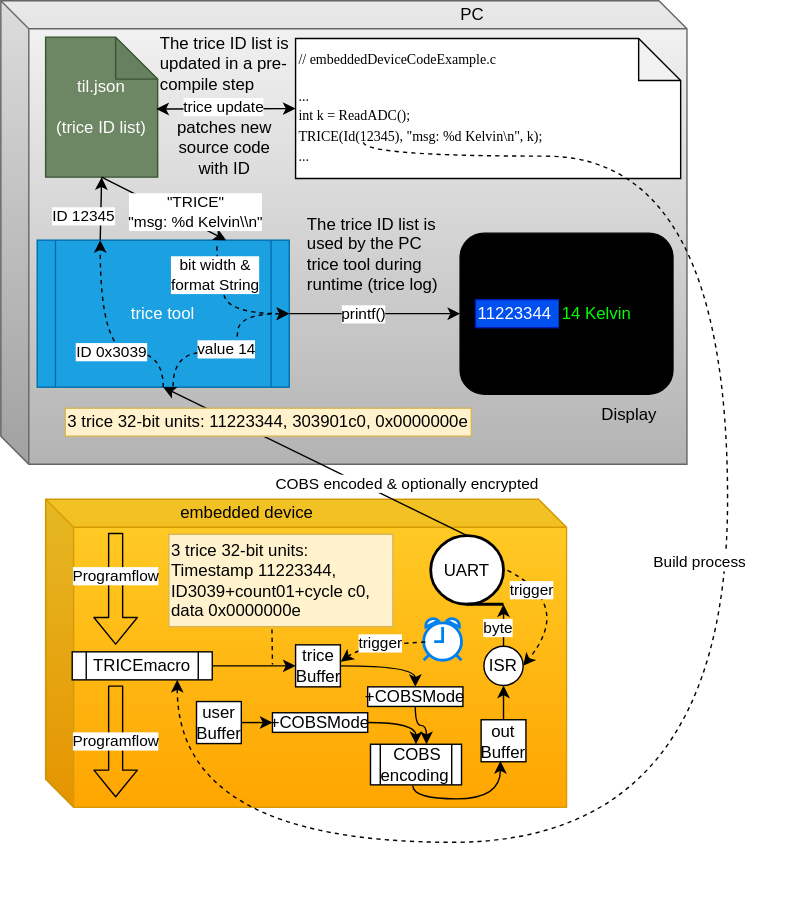
Earlier version of the draw.io export docs/README.media/triceCOBSBlockDiagram.svg (rokath/trice). Source tidied: cells renumbered, new cells last; positions are measured from the earlier drawing's top-left corner, leaving out a move shared by most shapes.
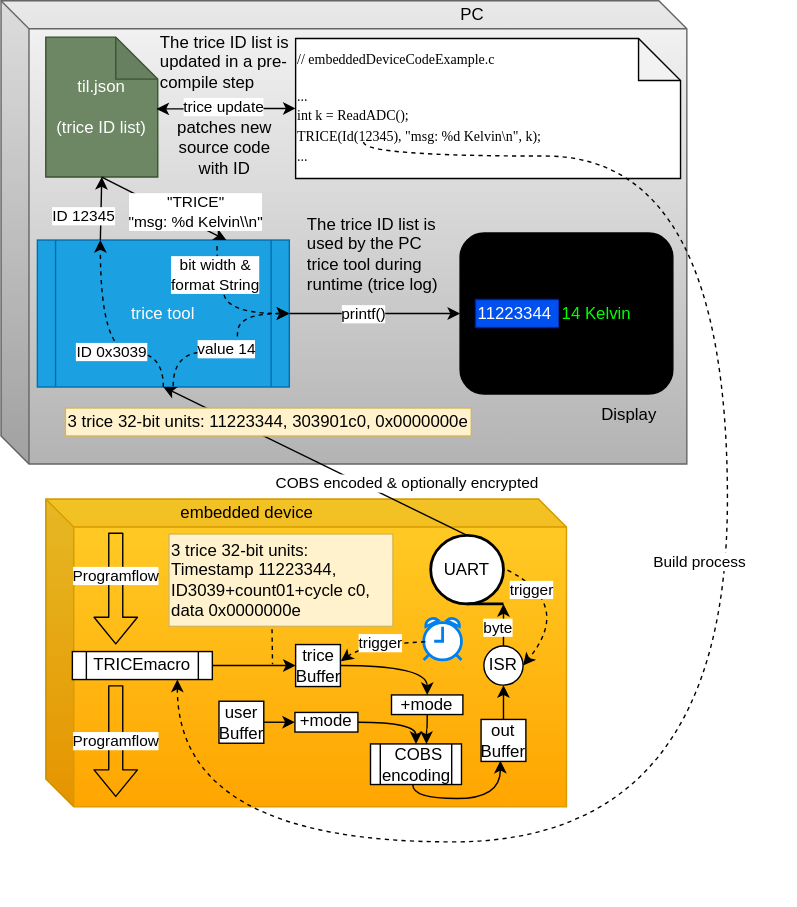
After the commit.

What changed in the source:
```diff
@@ -188,11 +188,11 @@
     <mxCell id="45" value="&amp;nbsp;COBS encoding" style="shape=process;whiteSpace=wrap;html=1;backgroundOutline=1;" parent="1" vertex="1">
       <mxGeometry x="264" y="531" width="65" height="29" as="geometry" />
     </mxCell>
-    <mxCell id="46" value="&lt;span&gt;+COBSMode&lt;/span&gt;" style="rounded=0;whiteSpace=wrap;html=1;" parent="1" vertex="1">
-      <mxGeometry x="262" y="490" width="68" height="14" as="geometry" />
+    <mxCell id="46" value="&lt;span&gt;+mode&lt;/span&gt;" style="rounded=0;whiteSpace=wrap;html=1;" parent="1" vertex="1">
+      <mxGeometry x="279" y="496" width="51" height="14" as="geometry" />
     </mxCell>
-    <mxCell id="47" value="&lt;span&gt;+COBSMode&lt;/span&gt;" style="rounded=0;whiteSpace=wrap;html=1;" parent="1" vertex="1">
-      <mxGeometry x="194" y="508.5" width="68" height="14" as="geometry" />
+    <mxCell id="47" value="&lt;span&gt;+mode&lt;/span&gt;" style="rounded=0;whiteSpace=wrap;html=1;" parent="1" vertex="1">
+      <mxGeometry x="210" y="508.5" width="45" height="14" as="geometry" />
     </mxCell>
     <mxCell id="48" style="endArrow=classic;html=1;edgeStyle=orthogonalEdgeStyle;curved=1;exitX=1;exitY=0.5;exitDx=0;exitDy=0;entryX=0.5;entryY=0;entryDx=0;entryDy=0;" parent="1" edge="1" source="5" target="46">
       <mxGeometry relative="1" as="geometry" />
@@ -209,7 +209,7 @@
       <mxGeometry relative="1" as="geometry" />
     </mxCell>
     <mxCell id="52" value="&lt;span&gt;user Buffer&lt;/span&gt;" style="rounded=0;whiteSpace=wrap;html=1;" parent="1" vertex="1">
-      <mxGeometry x="139.8" y="500.5" width="32" height="30" as="geometry" />
+      <mxGeometry x="155.8" y="500.5" width="32" height="30" as="geometry" />
     </mxCell>
     <mxCell id="53" value="3 trice 32-bit units: 11223344, 303901c0,&amp;nbsp;0x0000000e" style="text;html=1;strokeColor=#d6b656;fillColor=#fff2cc;align=left;verticalAlign=middle;whiteSpace=wrap;rounded=0;" parent="1" vertex="1">
       <mxGeometry x="46" y="291" width="290" height="20" as="geometry" />
```
